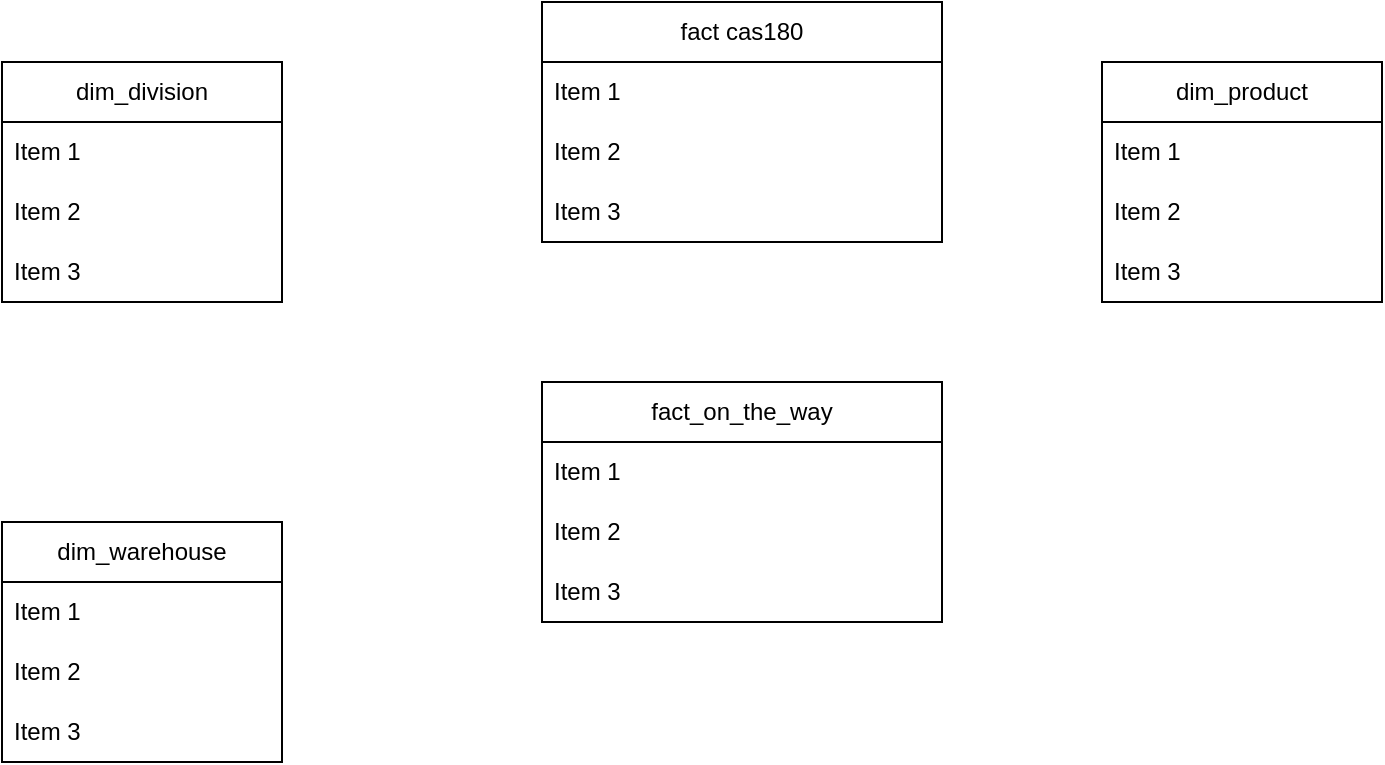
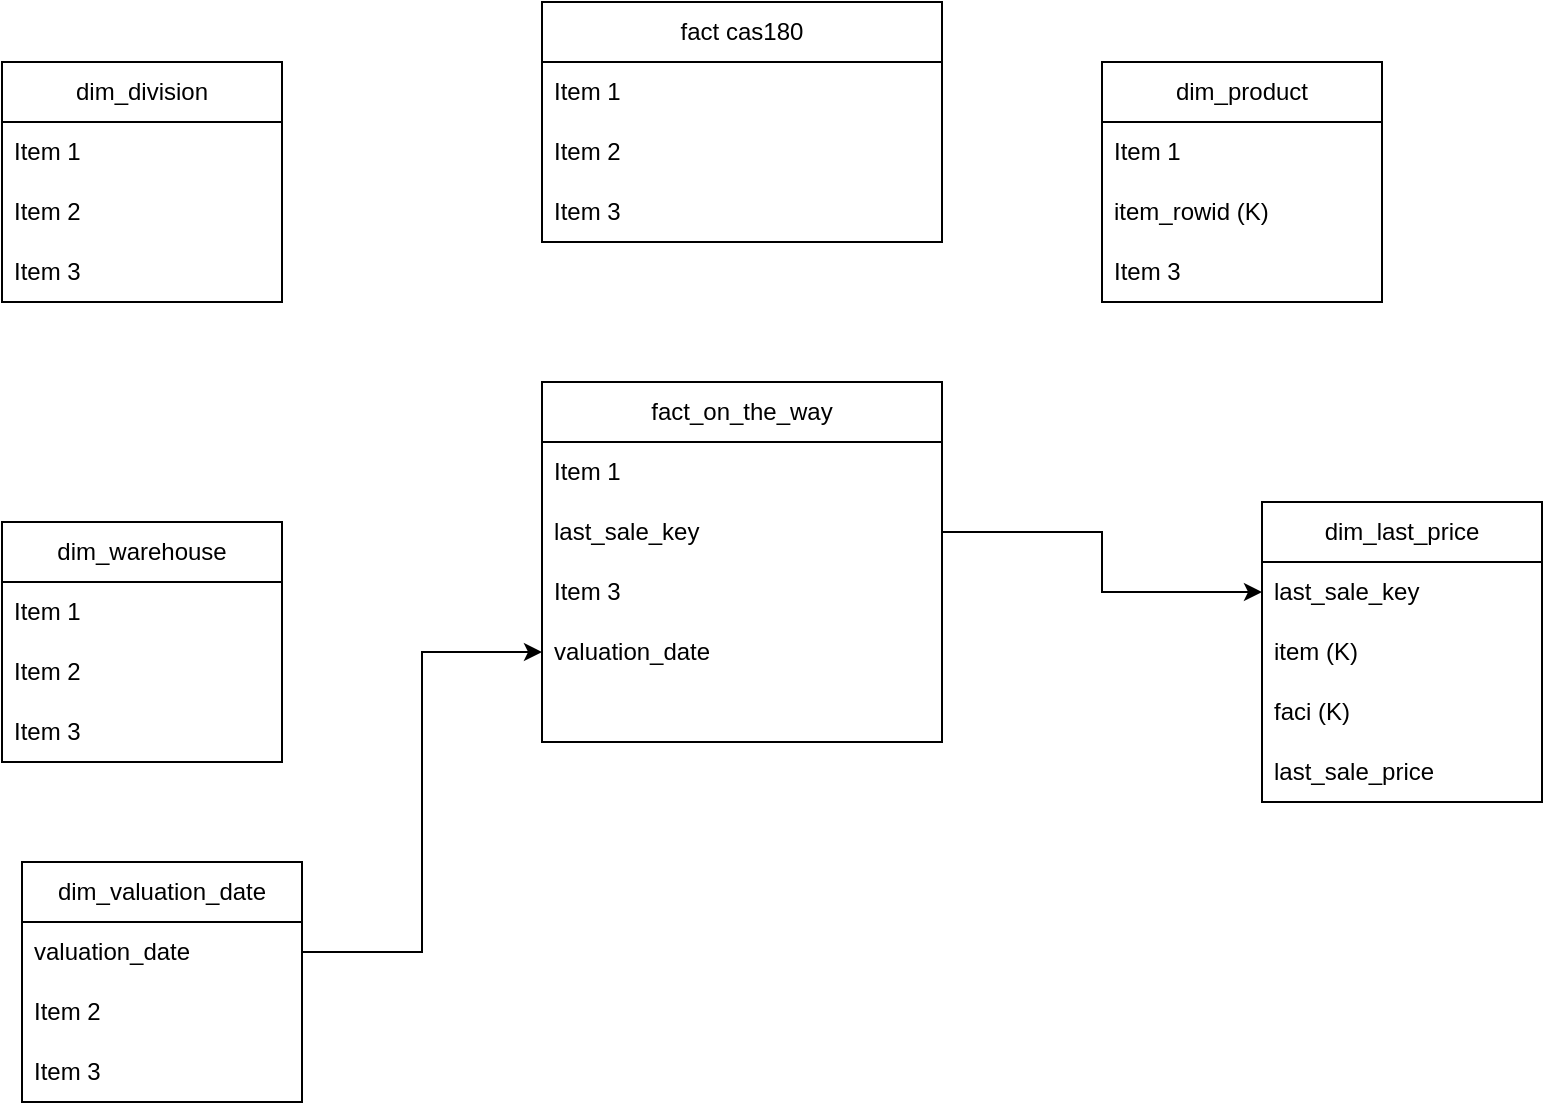
- <mxfile host="app.diagrams.net" agent="Mozilla/5.0 (Windows NT 10.0; Win64; x64) AppleWebKit/537.36 (KHTML, like Gecko) Chrome/145.0.0.0 Safari/537.36 Edg/145.0.0.0" version="29.6.1">
+ <mxfile host="app.diagrams.net" agent="Mozilla/5.0 (Windows NT 10.0; Win64; x64) AppleWebKit/537.36 (KHTML, like Gecko) Chrome/145.0.0.0 Safari/537.36 Edg/145.0.0.0" version="29.6.6">
  <diagram name="‫עמוד-1‬" id="SnngZsenntkvgHkmtbEi">
    <mxGraphModel dx="1418" dy="746" grid="1" gridSize="10" guides="1" tooltips="1" connect="1" arrows="1" fold="1" page="1" pageScale="1" pageWidth="850" pageHeight="1100" math="0" shadow="0">
      <root>
        <mxCell id="0" />
        <mxCell id="1" parent="0" />
        <mxCell id="yjG42Ky0P6LHerlhkugd-1" parent="1" style="swimlane;fontStyle=0;childLayout=stackLayout;horizontal=1;startSize=30;horizontalStack=0;resizeParent=1;resizeParentMax=0;resizeLast=0;collapsible=1;marginBottom=0;whiteSpace=wrap;html=1;" value="fact&amp;nbsp;&lt;span style=&quot;background-color: transparent; color: light-dark(rgb(0, 0, 0), rgb(255, 255, 255));&quot;&gt;cas180&lt;/span&gt;" vertex="1">
          <mxGeometry height="120" width="200" x="360" y="120" as="geometry" />
        </mxCell>
        <mxCell id="yjG42Ky0P6LHerlhkugd-2" parent="yjG42Ky0P6LHerlhkugd-1" style="text;strokeColor=none;fillColor=none;align=left;verticalAlign=middle;spacingLeft=4;spacingRight=4;overflow=hidden;points=[[0,0.5],[1,0.5]];portConstraint=eastwest;rotatable=0;whiteSpace=wrap;html=1;" value="Item 1" vertex="1">
          <mxGeometry height="30" width="200" y="30" as="geometry" />
        </mxCell>
        <mxCell id="yjG42Ky0P6LHerlhkugd-3" parent="yjG42Ky0P6LHerlhkugd-1" style="text;strokeColor=none;fillColor=none;align=left;verticalAlign=middle;spacingLeft=4;spacingRight=4;overflow=hidden;points=[[0,0.5],[1,0.5]];portConstraint=eastwest;rotatable=0;whiteSpace=wrap;html=1;" value="Item 2" vertex="1">
          <mxGeometry height="30" width="200" y="60" as="geometry" />
        </mxCell>
        <mxCell id="yjG42Ky0P6LHerlhkugd-4" parent="yjG42Ky0P6LHerlhkugd-1" style="text;strokeColor=none;fillColor=none;align=left;verticalAlign=middle;spacingLeft=4;spacingRight=4;overflow=hidden;points=[[0,0.5],[1,0.5]];portConstraint=eastwest;rotatable=0;whiteSpace=wrap;html=1;" value="Item 3" vertex="1">
          <mxGeometry height="30" width="200" y="90" as="geometry" />
        </mxCell>
        <mxCell id="yjG42Ky0P6LHerlhkugd-5" parent="1" style="swimlane;fontStyle=0;childLayout=stackLayout;horizontal=1;startSize=30;horizontalStack=0;resizeParent=1;resizeParentMax=0;resizeLast=0;collapsible=1;marginBottom=0;whiteSpace=wrap;html=1;" value="fact_on_the_way" vertex="1">
-           <mxGeometry height="120" width="200" x="360" y="310" as="geometry" />
+           <mxGeometry height="180" width="200" x="360" y="310" as="geometry" />
        </mxCell>
        <mxCell id="yjG42Ky0P6LHerlhkugd-6" parent="yjG42Ky0P6LHerlhkugd-5" style="text;strokeColor=none;fillColor=none;align=left;verticalAlign=middle;spacingLeft=4;spacingRight=4;overflow=hidden;points=[[0,0.5],[1,0.5]];portConstraint=eastwest;rotatable=0;whiteSpace=wrap;html=1;" value="Item 1" vertex="1">
          <mxGeometry height="30" width="200" y="30" as="geometry" />
        </mxCell>
-         <mxCell id="yjG42Ky0P6LHerlhkugd-7" parent="yjG42Ky0P6LHerlhkugd-5" style="text;strokeColor=none;fillColor=none;align=left;verticalAlign=middle;spacingLeft=4;spacingRight=4;overflow=hidden;points=[[0,0.5],[1,0.5]];portConstraint=eastwest;rotatable=0;whiteSpace=wrap;html=1;" value="Item 2" vertex="1">
+         <mxCell id="yjG42Ky0P6LHerlhkugd-7" parent="yjG42Ky0P6LHerlhkugd-5" style="text;strokeColor=none;fillColor=none;align=left;verticalAlign=middle;spacingLeft=4;spacingRight=4;overflow=hidden;points=[[0,0.5],[1,0.5]];portConstraint=eastwest;rotatable=0;whiteSpace=wrap;html=1;" value="last_sale_key" vertex="1">
          <mxGeometry height="30" width="200" y="60" as="geometry" />
        </mxCell>
        <mxCell id="yjG42Ky0P6LHerlhkugd-8" parent="yjG42Ky0P6LHerlhkugd-5" style="text;strokeColor=none;fillColor=none;align=left;verticalAlign=middle;spacingLeft=4;spacingRight=4;overflow=hidden;points=[[0,0.5],[1,0.5]];portConstraint=eastwest;rotatable=0;whiteSpace=wrap;html=1;" value="Item 3" vertex="1">
          <mxGeometry height="30" width="200" y="90" as="geometry" />
+         </mxCell>
+         <mxCell id="wR4kLueTRnFJMng4TcAf-12" parent="yjG42Ky0P6LHerlhkugd-5" style="text;strokeColor=none;fillColor=none;align=left;verticalAlign=middle;spacingLeft=4;spacingRight=4;overflow=hidden;points=[[0,0.5],[1,0.5]];portConstraint=eastwest;rotatable=0;whiteSpace=wrap;html=1;" value="valuation_date" vertex="1">
+           <mxGeometry height="30" width="200" y="120" as="geometry" />
+         </mxCell>
+         <mxCell id="wR4kLueTRnFJMng4TcAf-11" parent="yjG42Ky0P6LHerlhkugd-5" style="text;strokeColor=none;fillColor=none;align=left;verticalAlign=middle;spacingLeft=4;spacingRight=4;overflow=hidden;points=[[0,0.5],[1,0.5]];portConstraint=eastwest;rotatable=0;whiteSpace=wrap;html=1;" vertex="1">
+           <mxGeometry height="30" width="200" y="150" as="geometry" />
        </mxCell>
        <mxCell id="yjG42Ky0P6LHerlhkugd-9" parent="1" style="swimlane;fontStyle=0;childLayout=stackLayout;horizontal=1;startSize=30;horizontalStack=0;resizeParent=1;resizeParentMax=0;resizeLast=0;collapsible=1;marginBottom=0;whiteSpace=wrap;html=1;" value="dim_division" vertex="1">
          <mxGeometry height="120" width="140" x="90" y="150" as="geometry" />
        </mxCell>
        <mxCell id="yjG42Ky0P6LHerlhkugd-10" parent="yjG42Ky0P6LHerlhkugd-9" style="text;strokeColor=none;fillColor=none;align=left;verticalAlign=middle;spacingLeft=4;spacingRight=4;overflow=hidden;points=[[0,0.5],[1,0.5]];portConstraint=eastwest;rotatable=0;whiteSpace=wrap;html=1;" value="Item 1" vertex="1">
          <mxGeometry height="30" width="140" y="30" as="geometry" />
        </mxCell>
        <mxCell id="yjG42Ky0P6LHerlhkugd-11" parent="yjG42Ky0P6LHerlhkugd-9" style="text;strokeColor=none;fillColor=none;align=left;verticalAlign=middle;spacingLeft=4;spacingRight=4;overflow=hidden;points=[[0,0.5],[1,0.5]];portConstraint=eastwest;rotatable=0;whiteSpace=wrap;html=1;" value="Item 2" vertex="1">
          <mxGeometry height="30" width="140" y="60" as="geometry" />
        </mxCell>
        <mxCell id="yjG42Ky0P6LHerlhkugd-12" parent="yjG42Ky0P6LHerlhkugd-9" style="text;strokeColor=none;fillColor=none;align=left;verticalAlign=middle;spacingLeft=4;spacingRight=4;overflow=hidden;points=[[0,0.5],[1,0.5]];portConstraint=eastwest;rotatable=0;whiteSpace=wrap;html=1;" value="Item 3" vertex="1">
          <mxGeometry height="30" width="140" y="90" as="geometry" />
        </mxCell>
        <mxCell id="yjG42Ky0P6LHerlhkugd-13" parent="1" style="swimlane;fontStyle=0;childLayout=stackLayout;horizontal=1;startSize=30;horizontalStack=0;resizeParent=1;resizeParentMax=0;resizeLast=0;collapsible=1;marginBottom=0;whiteSpace=wrap;html=1;" value="dim_warehouse" vertex="1">
          <mxGeometry height="120" width="140" x="90" y="380" as="geometry" />
        </mxCell>
        <mxCell id="yjG42Ky0P6LHerlhkugd-14" parent="yjG42Ky0P6LHerlhkugd-13" style="text;strokeColor=none;fillColor=none;align=left;verticalAlign=middle;spacingLeft=4;spacingRight=4;overflow=hidden;points=[[0,0.5],[1,0.5]];portConstraint=eastwest;rotatable=0;whiteSpace=wrap;html=1;" value="Item 1" vertex="1">
          <mxGeometry height="30" width="140" y="30" as="geometry" />
        </mxCell>
        <mxCell id="yjG42Ky0P6LHerlhkugd-15" parent="yjG42Ky0P6LHerlhkugd-13" style="text;strokeColor=none;fillColor=none;align=left;verticalAlign=middle;spacingLeft=4;spacingRight=4;overflow=hidden;points=[[0,0.5],[1,0.5]];portConstraint=eastwest;rotatable=0;whiteSpace=wrap;html=1;" value="Item 2" vertex="1">
          <mxGeometry height="30" width="140" y="60" as="geometry" />
        </mxCell>
        <mxCell id="yjG42Ky0P6LHerlhkugd-16" parent="yjG42Ky0P6LHerlhkugd-13" style="text;strokeColor=none;fillColor=none;align=left;verticalAlign=middle;spacingLeft=4;spacingRight=4;overflow=hidden;points=[[0,0.5],[1,0.5]];portConstraint=eastwest;rotatable=0;whiteSpace=wrap;html=1;" value="Item 3" vertex="1">
          <mxGeometry height="30" width="140" y="90" as="geometry" />
        </mxCell>
        <mxCell id="yjG42Ky0P6LHerlhkugd-17" parent="1" style="swimlane;fontStyle=0;childLayout=stackLayout;horizontal=1;startSize=30;horizontalStack=0;resizeParent=1;resizeParentMax=0;resizeLast=0;collapsible=1;marginBottom=0;whiteSpace=wrap;html=1;" value="dim_product" vertex="1">
          <mxGeometry height="120" width="140" x="640" y="150" as="geometry" />
        </mxCell>
        <mxCell id="yjG42Ky0P6LHerlhkugd-18" parent="yjG42Ky0P6LHerlhkugd-17" style="text;strokeColor=none;fillColor=none;align=left;verticalAlign=middle;spacingLeft=4;spacingRight=4;overflow=hidden;points=[[0,0.5],[1,0.5]];portConstraint=eastwest;rotatable=0;whiteSpace=wrap;html=1;" value="Item 1" vertex="1">
          <mxGeometry height="30" width="140" y="30" as="geometry" />
        </mxCell>
-         <mxCell id="yjG42Ky0P6LHerlhkugd-19" parent="yjG42Ky0P6LHerlhkugd-17" style="text;strokeColor=none;fillColor=none;align=left;verticalAlign=middle;spacingLeft=4;spacingRight=4;overflow=hidden;points=[[0,0.5],[1,0.5]];portConstraint=eastwest;rotatable=0;whiteSpace=wrap;html=1;" value="Item 2" vertex="1">
+         <mxCell id="yjG42Ky0P6LHerlhkugd-19" parent="yjG42Ky0P6LHerlhkugd-17" style="text;strokeColor=none;fillColor=none;align=left;verticalAlign=middle;spacingLeft=4;spacingRight=4;overflow=hidden;points=[[0,0.5],[1,0.5]];portConstraint=eastwest;rotatable=0;whiteSpace=wrap;html=1;" value="item_rowid (K)" vertex="1">
          <mxGeometry height="30" width="140" y="60" as="geometry" />
        </mxCell>
        <mxCell id="yjG42Ky0P6LHerlhkugd-20" parent="yjG42Ky0P6LHerlhkugd-17" style="text;strokeColor=none;fillColor=none;align=left;verticalAlign=middle;spacingLeft=4;spacingRight=4;overflow=hidden;points=[[0,0.5],[1,0.5]];portConstraint=eastwest;rotatable=0;whiteSpace=wrap;html=1;" value="Item 3" vertex="1">
          <mxGeometry height="30" width="140" y="90" as="geometry" />
        </mxCell>
+         <mxCell id="wR4kLueTRnFJMng4TcAf-1" parent="1" style="swimlane;fontStyle=0;childLayout=stackLayout;horizontal=1;startSize=30;horizontalStack=0;resizeParent=1;resizeParentMax=0;resizeLast=0;collapsible=1;marginBottom=0;whiteSpace=wrap;html=1;" value="dim_last_price" vertex="1">
+           <mxGeometry height="150" width="140" x="720" y="370" as="geometry" />
+         </mxCell>
+         <mxCell id="wR4kLueTRnFJMng4TcAf-2" parent="wR4kLueTRnFJMng4TcAf-1" style="text;strokeColor=none;fillColor=none;align=left;verticalAlign=middle;spacingLeft=4;spacingRight=4;overflow=hidden;points=[[0,0.5],[1,0.5]];portConstraint=eastwest;rotatable=0;whiteSpace=wrap;html=1;" value="last_sale_key" vertex="1">
+           <mxGeometry height="30" width="140" y="30" as="geometry" />
+         </mxCell>
+         <mxCell id="wR4kLueTRnFJMng4TcAf-3" parent="wR4kLueTRnFJMng4TcAf-1" style="text;strokeColor=none;fillColor=none;align=left;verticalAlign=middle;spacingLeft=4;spacingRight=4;overflow=hidden;points=[[0,0.5],[1,0.5]];portConstraint=eastwest;rotatable=0;whiteSpace=wrap;html=1;" value="item (K)" vertex="1">
+           <mxGeometry height="30" width="140" y="60" as="geometry" />
+         </mxCell>
+         <mxCell id="wR4kLueTRnFJMng4TcAf-5" parent="wR4kLueTRnFJMng4TcAf-1" style="text;strokeColor=none;fillColor=none;align=left;verticalAlign=middle;spacingLeft=4;spacingRight=4;overflow=hidden;points=[[0,0.5],[1,0.5]];portConstraint=eastwest;rotatable=0;whiteSpace=wrap;html=1;" value="faci (K)" vertex="1">
+           <mxGeometry height="30" width="140" y="90" as="geometry" />
+         </mxCell>
+         <mxCell id="wR4kLueTRnFJMng4TcAf-4" parent="wR4kLueTRnFJMng4TcAf-1" style="text;strokeColor=none;fillColor=none;align=left;verticalAlign=middle;spacingLeft=4;spacingRight=4;overflow=hidden;points=[[0,0.5],[1,0.5]];portConstraint=eastwest;rotatable=0;whiteSpace=wrap;html=1;" value="last_sale_price" vertex="1">
+           <mxGeometry height="30" width="140" y="120" as="geometry" />
+         </mxCell>
+         <mxCell id="wR4kLueTRnFJMng4TcAf-6" edge="1" parent="1" source="yjG42Ky0P6LHerlhkugd-7" style="edgeStyle=orthogonalEdgeStyle;rounded=0;orthogonalLoop=1;jettySize=auto;html=1;" target="wR4kLueTRnFJMng4TcAf-2">
+           <mxGeometry relative="1" as="geometry" />
+         </mxCell>
+         <mxCell id="wR4kLueTRnFJMng4TcAf-7" parent="1" style="swimlane;fontStyle=0;childLayout=stackLayout;horizontal=1;startSize=30;horizontalStack=0;resizeParent=1;resizeParentMax=0;resizeLast=0;collapsible=1;marginBottom=0;whiteSpace=wrap;html=1;" value="dim_&lt;span style=&quot;text-align: left;&quot;&gt;valuation&lt;/span&gt;_date" vertex="1">
+           <mxGeometry height="120" width="140" x="100" y="550" as="geometry" />
+         </mxCell>
+         <mxCell id="wR4kLueTRnFJMng4TcAf-8" parent="wR4kLueTRnFJMng4TcAf-7" style="text;strokeColor=none;fillColor=none;align=left;verticalAlign=middle;spacingLeft=4;spacingRight=4;overflow=hidden;points=[[0,0.5],[1,0.5]];portConstraint=eastwest;rotatable=0;whiteSpace=wrap;html=1;" value="valuation_date" vertex="1">
+           <mxGeometry height="30" width="140" y="30" as="geometry" />
+         </mxCell>
+         <mxCell id="wR4kLueTRnFJMng4TcAf-9" parent="wR4kLueTRnFJMng4TcAf-7" style="text;strokeColor=none;fillColor=none;align=left;verticalAlign=middle;spacingLeft=4;spacingRight=4;overflow=hidden;points=[[0,0.5],[1,0.5]];portConstraint=eastwest;rotatable=0;whiteSpace=wrap;html=1;" value="Item 2" vertex="1">
+           <mxGeometry height="30" width="140" y="60" as="geometry" />
+         </mxCell>
+         <mxCell id="wR4kLueTRnFJMng4TcAf-10" parent="wR4kLueTRnFJMng4TcAf-7" style="text;strokeColor=none;fillColor=none;align=left;verticalAlign=middle;spacingLeft=4;spacingRight=4;overflow=hidden;points=[[0,0.5],[1,0.5]];portConstraint=eastwest;rotatable=0;whiteSpace=wrap;html=1;" value="Item 3" vertex="1">
+           <mxGeometry height="30" width="140" y="90" as="geometry" />
+         </mxCell>
+         <mxCell id="wR4kLueTRnFJMng4TcAf-13" edge="1" parent="1" source="wR4kLueTRnFJMng4TcAf-8" style="edgeStyle=orthogonalEdgeStyle;rounded=0;orthogonalLoop=1;jettySize=auto;html=1;" target="wR4kLueTRnFJMng4TcAf-12">
+           <mxGeometry relative="1" as="geometry" />
+         </mxCell>
      </root>
    </mxGraphModel>
  </diagram>
</mxfile>
